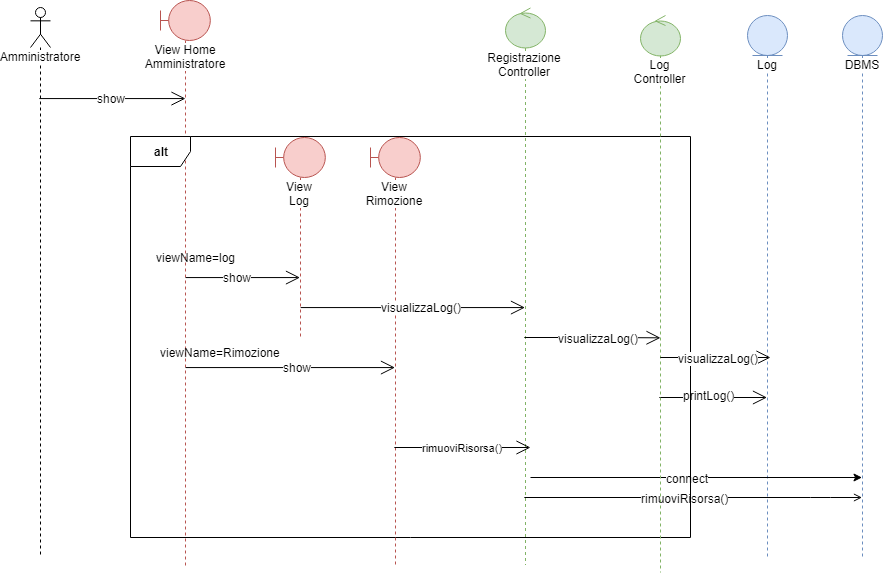
This is Relazione quasi completa/sequenzaAmministratore.png from SundavarBlaka/Alexandria, a draw.io export, as it was before one commit. Source tidied: cells renumbered, new cells last; positions are measured from the earlier drawing's top-left corner, leaving out a move shared by most shapes. Its diagram source:
```xml
<mxGraphModel>
  <root>
    <mxCell id="0" />
    <mxCell id="1" parent="0" />
    <mxCell id="2" value="View Home&lt;br&gt;Amministratore&lt;br&gt;" style="shape=umlLifeline;participant=umlBoundary;perimeter=lifelinePerimeter;whiteSpace=wrap;html=1;verticalAlign=top;spacingTop=36;labelBackgroundColor=#ffffff;fillColor=#f8cecc;strokeColor=#b85450;" parent="1" vertex="1">
      <mxGeometry x="130" width="50" height="567" as="geometry" />
    </mxCell>
    <mxCell id="3" value="Registrazione&lt;br&gt;Controller&lt;br&gt;" style="shape=umlLifeline;participant=umlControl;perimeter=lifelinePerimeter;whiteSpace=wrap;html=1;verticalAlign=top;spacingTop=36;labelBackgroundColor=#ffffff;outlineConnect=0;fillColor=#d5e8d4;strokeColor=#82b366;" parent="1" vertex="1">
      <mxGeometry x="475" y="7.5" width="40" height="557" as="geometry" />
    </mxCell>
    <mxCell id="4" value="DBMS" style="shape=umlLifeline;participant=umlEntity;perimeter=lifelinePerimeter;whiteSpace=wrap;html=1;verticalAlign=top;spacingTop=36;labelBackgroundColor=#ffffff;outlineConnect=0;fillColor=#dae8fc;strokeColor=#6c8ebf;" parent="1" vertex="1">
      <mxGeometry x="812" y="15" width="40" height="542" as="geometry" />
    </mxCell>
    <mxCell id="5" value="Log" style="shape=umlLifeline;participant=umlEntity;perimeter=lifelinePerimeter;whiteSpace=wrap;html=1;verticalAlign=top;spacingTop=36;labelBackgroundColor=#ffffff;outlineConnect=0;fillColor=#dae8fc;strokeColor=#6c8ebf;" parent="1" vertex="1">
      <mxGeometry x="717" y="15" width="40" height="542" as="geometry" />
    </mxCell>
    <mxCell id="6" style="endArrow=open;endFill=1;endSize=12;html=1;" parent="1" edge="1" source="14">
      <mxGeometry relative="1" as="geometry">
        <mxPoint x="155" y="98.1" as="targetPoint" />
      </mxGeometry>
    </mxCell>
    <mxCell id="7" value="show" style="text;html=1;align=center;verticalAlign=middle;labelBackgroundColor=#ffffff;" parent="6" vertex="1">
      <mxGeometry x="0.25" y="-1" relative="1" as="geometry">
        <mxPoint x="-20.5" y="-2" as="offset" />
      </mxGeometry>
    </mxCell>
    <mxCell id="8" style="endArrow=open;endFill=1;endSize=12;html=1;" parent="1" edge="1" source="27" target="5">
      <mxGeometry relative="1" as="geometry">
        <Array as="points">
          <mxPoint x="670" y="397" />
        </Array>
      </mxGeometry>
    </mxCell>
    <mxCell id="9" value="printLog()" style="text;html=1;align=center;verticalAlign=middle;labelBackgroundColor=#ffffff;" parent="8" vertex="1">
      <mxGeometry x="0.25" y="-1" relative="1" as="geometry">
        <mxPoint x="-19.5" y="-4" as="offset" />
      </mxGeometry>
    </mxCell>
    <mxCell id="10" style="endArrow=classic;html=1;" parent="1" edge="1" target="4">
      <mxGeometry relative="1" as="geometry">
        <mxPoint x="500" y="477" as="sourcePoint" />
      </mxGeometry>
    </mxCell>
    <mxCell id="11" value="connect" style="text;html=1;align=center;verticalAlign=middle;labelBackgroundColor=#ffffff;" parent="10" vertex="1">
      <mxGeometry x="-0.23" y="-2" relative="1" as="geometry">
        <mxPoint x="29.5" y="-2" as="offset" />
      </mxGeometry>
    </mxCell>
    <mxCell id="12" style="endArrow=open;html=1;endFill=0;" parent="1" edge="1" source="3" target="4">
      <mxGeometry relative="1" as="geometry">
        <Array as="points">
          <mxPoint x="790" y="497" />
        </Array>
      </mxGeometry>
    </mxCell>
    <mxCell id="13" value="rimuoviRisorsa()" style="text;html=1;align=center;verticalAlign=middle;labelBackgroundColor=#ffffff;" parent="12" vertex="1">
      <mxGeometry x="-0.23" y="-2" relative="1" as="geometry">
        <mxPoint x="29.5" y="-2" as="offset" />
      </mxGeometry>
    </mxCell>
    <mxCell id="14" value="Amministratore" style="shape=umlLifeline;participant=umlActor;perimeter=lifelinePerimeter;whiteSpace=wrap;html=1;verticalAlign=top;spacingTop=36;labelBackgroundColor=#ffffff;outlineConnect=0;" parent="1" vertex="1">
      <mxGeometry y="7" width="20" height="550" as="geometry" />
    </mxCell>
    <mxCell id="15" value="&lt;b&gt;alt&lt;/b&gt;&lt;br&gt;" style="shape=umlFrame;whiteSpace=wrap;html=1;" parent="1" vertex="1">
      <mxGeometry x="100" y="136" width="560" height="401" as="geometry" />
    </mxCell>
    <mxCell id="16" value="View Log&lt;br&gt;" style="shape=umlLifeline;participant=umlBoundary;perimeter=lifelinePerimeter;whiteSpace=wrap;html=1;verticalAlign=top;spacingTop=36;labelBackgroundColor=#ffffff;outlineConnect=0;fillColor=#f8cecc;strokeColor=#b85450;" parent="1" vertex="1">
      <mxGeometry x="245" y="137" width="50" height="200" as="geometry" />
    </mxCell>
    <mxCell id="17" value="View Rimozione&lt;br&gt;" style="shape=umlLifeline;participant=umlBoundary;perimeter=lifelinePerimeter;whiteSpace=wrap;html=1;verticalAlign=top;spacingTop=36;labelBackgroundColor=#ffffff;outlineConnect=0;fillColor=#f8cecc;strokeColor=#b85450;" parent="1" vertex="1">
      <mxGeometry x="340" y="137" width="50" height="430" as="geometry" />
    </mxCell>
    <mxCell id="18" style="endArrow=open;endFill=1;endSize=12;html=1;" parent="1" edge="1" target="16">
      <mxGeometry relative="1" as="geometry">
        <mxPoint x="155.2" y="277.1" as="sourcePoint" />
      </mxGeometry>
    </mxCell>
    <mxCell id="19" value="show" style="text;html=1;align=center;verticalAlign=middle;labelBackgroundColor=#ffffff;" parent="18" vertex="1">
      <mxGeometry x="0.25" y="-1" relative="1" as="geometry">
        <mxPoint x="-20.5" y="-2" as="offset" />
      </mxGeometry>
    </mxCell>
    <mxCell id="20" style="endArrow=open;endFill=1;endSize=12;html=1;" parent="1" edge="1" target="17">
      <mxGeometry relative="1" as="geometry">
        <mxPoint x="155.2" y="367.1" as="sourcePoint" />
      </mxGeometry>
    </mxCell>
    <mxCell id="21" value="show" style="text;html=1;align=center;verticalAlign=middle;labelBackgroundColor=#ffffff;" parent="20" vertex="1">
      <mxGeometry x="0.25" y="-1" relative="1" as="geometry">
        <mxPoint x="-20.5" y="-2" as="offset" />
      </mxGeometry>
    </mxCell>
    <mxCell id="22" style="endArrow=open;endFill=1;endSize=12;html=1;" parent="1" edge="1" target="3">
      <mxGeometry relative="1" as="geometry">
        <mxPoint x="270.2" y="307.1" as="sourcePoint" />
      </mxGeometry>
    </mxCell>
    <mxCell id="23" value="visualizzaLog()" style="text;html=1;align=center;verticalAlign=middle;labelBackgroundColor=#ffffff;" parent="22" vertex="1">
      <mxGeometry x="0.25" y="-1" relative="1" as="geometry">
        <mxPoint x="-20.5" y="-2" as="offset" />
      </mxGeometry>
    </mxCell>
    <mxCell id="24" value="rimuoviRisorsa()" style="endArrow=open;endFill=1;endSize=12;html=1;" parent="1" edge="1" source="17">
      <mxGeometry relative="1" as="geometry">
        <mxPoint x="500" y="447" as="targetPoint" />
      </mxGeometry>
    </mxCell>
    <mxCell id="25" style="endArrow=open;endFill=1;endSize=12;html=1;entryX=0.488;entryY=0.578;entryDx=0;entryDy=0;entryPerimeter=0;" parent="1" edge="1" source="3" target="27">
      <mxGeometry relative="1" as="geometry">
        <Array as="points">
          <mxPoint x="570" y="337" />
        </Array>
      </mxGeometry>
    </mxCell>
    <mxCell id="26" value="visualizzaLog()" style="text;html=1;align=center;verticalAlign=middle;labelBackgroundColor=#ffffff;" parent="25" vertex="1">
      <mxGeometry x="0.25" y="-1" relative="1" as="geometry">
        <mxPoint x="-11.5" y="-1" as="offset" />
      </mxGeometry>
    </mxCell>
    <mxCell id="27" value="Log Controller&lt;br&gt;" style="shape=umlLifeline;participant=umlControl;perimeter=lifelinePerimeter;whiteSpace=wrap;html=1;verticalAlign=top;spacingTop=36;labelBackgroundColor=#ffffff;outlineConnect=0;fillColor=#d5e8d4;strokeColor=#82b366;" parent="1" vertex="1">
      <mxGeometry x="610" y="15" width="40" height="557" as="geometry" />
    </mxCell>
    <mxCell id="28" style="endArrow=open;endFill=1;endSize=12;html=1;" parent="1" edge="1">
      <mxGeometry relative="1" as="geometry">
        <mxPoint x="629.8" y="357" as="sourcePoint" />
        <mxPoint x="740" y="357" as="targetPoint" />
        <Array as="points">
          <mxPoint x="706" y="357" />
        </Array>
      </mxGeometry>
    </mxCell>
    <mxCell id="29" value="visualizzaLog()" style="text;html=1;align=center;verticalAlign=middle;labelBackgroundColor=#ffffff;" parent="28" vertex="1">
      <mxGeometry x="0.25" y="-1" relative="1" as="geometry">
        <mxPoint x="-11.5" y="-1" as="offset" />
      </mxGeometry>
    </mxCell>
    <mxCell id="30" value="viewName=log" style="text;html=1;align=center;verticalAlign=middle;fillColor=none;strokeColor=none;rounded=0;" parent="1" vertex="1">
      <mxGeometry x="120" y="247" width="90" height="20" as="geometry" />
    </mxCell>
    <mxCell id="31" value="viewName=Rimozione" style="text;html=1;align=center;verticalAlign=middle;fillColor=none;strokeColor=none;rounded=0;" parent="1" vertex="1">
      <mxGeometry x="120" y="342" width="140" height="20" as="geometry" />
    </mxCell>
  </root>
</mxGraphModel>
```
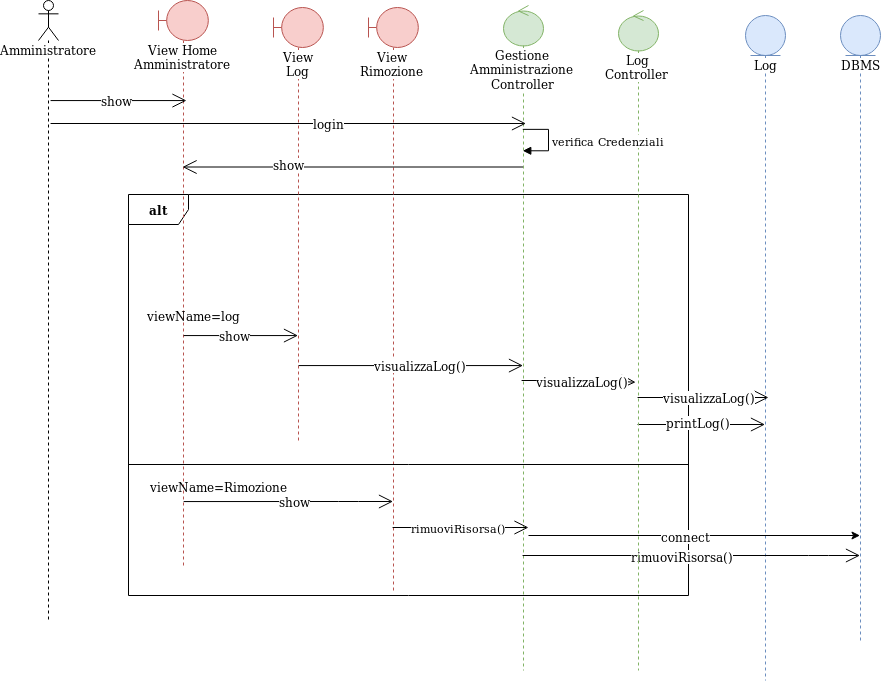
The same diagram one commit later.

Diff of the diagram source:
```diff
@@ -2,21 +2,25 @@
   <root>
     <mxCell id="0" />
     <mxCell id="1" parent="0" />
+    <mxCell id="15" value="&lt;b&gt;alt&lt;/b&gt;&lt;br&gt;" style="shape=umlFrame;whiteSpace=wrap;html=1;" parent="1" vertex="1">
+      <mxGeometry x="100" y="136" width="560" height="401" as="geometry" />
+    </mxCell>
     <mxCell id="2" value="View Home&lt;br&gt;Amministratore&lt;br&gt;" style="shape=umlLifeline;participant=umlBoundary;perimeter=lifelinePerimeter;whiteSpace=wrap;html=1;verticalAlign=top;spacingTop=36;labelBackgroundColor=#ffffff;fillColor=#f8cecc;strokeColor=#b85450;" parent="1" vertex="1">
-      <mxGeometry x="130" width="50" height="567" as="geometry" />
+      <mxGeometry x="130" y="-58" width="50" height="567" as="geometry" />
     </mxCell>
-    <mxCell id="3" value="Registrazione&lt;br&gt;Controller&lt;br&gt;" style="shape=umlLifeline;participant=umlControl;perimeter=lifelinePerimeter;whiteSpace=wrap;html=1;verticalAlign=top;spacingTop=36;labelBackgroundColor=#ffffff;outlineConnect=0;fillColor=#d5e8d4;strokeColor=#82b366;" parent="1" vertex="1">
-      <mxGeometry x="475" y="7.5" width="40" height="557" as="geometry" />
+    <mxCell id="3" value="Gestione Amministrazione&lt;br&gt;Controller" style="shape=umlLifeline;participant=umlControl;perimeter=lifelinePerimeter;whiteSpace=wrap;html=1;verticalAlign=top;spacingTop=36;labelBackgroundColor=#ffffff;outlineConnect=0;fillColor=#d5e8d4;strokeColor=#82b366;" parent="1" vertex="1">
+      <mxGeometry x="475" y="-53" width="40" height="665" as="geometry" />
     </mxCell>
     <mxCell id="4" value="DBMS" style="shape=umlLifeline;participant=umlEntity;perimeter=lifelinePerimeter;whiteSpace=wrap;html=1;verticalAlign=top;spacingTop=36;labelBackgroundColor=#ffffff;outlineConnect=0;fillColor=#dae8fc;strokeColor=#6c8ebf;" parent="1" vertex="1">
-      <mxGeometry x="812" y="15" width="40" height="542" as="geometry" />
+      <mxGeometry x="812" y="-43" width="40" height="625" as="geometry" />
     </mxCell>
     <mxCell id="5" value="Log" style="shape=umlLifeline;participant=umlEntity;perimeter=lifelinePerimeter;whiteSpace=wrap;html=1;verticalAlign=top;spacingTop=36;labelBackgroundColor=#ffffff;outlineConnect=0;fillColor=#dae8fc;strokeColor=#6c8ebf;" parent="1" vertex="1">
-      <mxGeometry x="717" y="15" width="40" height="542" as="geometry" />
+      <mxGeometry x="717" y="-43" width="40" height="665" as="geometry" />
     </mxCell>
-    <mxCell id="6" style="endArrow=open;endFill=1;endSize=12;html=1;" parent="1" edge="1" source="14">
+    <mxCell id="6" style="endArrow=open;endFill=1;endSize=12;html=1;" parent="1" edge="1">
       <mxGeometry relative="1" as="geometry">
-        <mxPoint x="155" y="98.1" as="targetPoint" />
+        <mxPoint x="22.1" y="42.1" as="sourcePoint" />
+        <mxPoint x="158" y="42.1" as="targetPoint" />
       </mxGeometry>
     </mxCell>
     <mxCell id="7" value="show" style="text;html=1;align=center;verticalAlign=middle;labelBackgroundColor=#ffffff;" parent="6" vertex="1">
@@ -24,10 +28,11 @@
         <mxPoint x="-20.5" y="-2" as="offset" />
       </mxGeometry>
     </mxCell>
-    <mxCell id="8" style="endArrow=open;endFill=1;endSize=12;html=1;" parent="1" edge="1" source="27" target="5">
+    <mxCell id="8" style="endArrow=open;endFill=1;endSize=12;html=1;" parent="1" edge="1" source="27">
       <mxGeometry relative="1" as="geometry">
+        <mxPoint x="736.5" y="366" as="targetPoint" />
         <Array as="points">
-          <mxPoint x="670" y="397" />
+          <mxPoint x="670" y="366" />
         </Array>
       </mxGeometry>
     </mxCell>
@@ -46,7 +51,7 @@
         <mxPoint x="29.5" y="-2" as="offset" />
       </mxGeometry>
     </mxCell>
-    <mxCell id="12" style="endArrow=open;html=1;endFill=0;" parent="1" edge="1" source="3" target="4">
+    <mxCell id="12" style="endArrow=open;html=1;endFill=0;endSize=12;" parent="1" edge="1" source="3" target="4">
       <mxGeometry relative="1" as="geometry">
         <Array as="points">
           <mxPoint x="790" y="497" />
@@ -59,16 +64,13 @@
       </mxGeometry>
     </mxCell>
     <mxCell id="14" value="Amministratore" style="shape=umlLifeline;participant=umlActor;perimeter=lifelinePerimeter;whiteSpace=wrap;html=1;verticalAlign=top;spacingTop=36;labelBackgroundColor=#ffffff;outlineConnect=0;" parent="1" vertex="1">
-      <mxGeometry y="7" width="20" height="550" as="geometry" />
+      <mxGeometry x="10" y="-58" width="20" height="620" as="geometry" />
     </mxCell>
-    <mxCell id="15" value="&lt;b&gt;alt&lt;/b&gt;&lt;br&gt;" style="shape=umlFrame;whiteSpace=wrap;html=1;" parent="1" vertex="1">
-      <mxGeometry x="100" y="136" width="560" height="401" as="geometry" />
-    </mxCell>
     <mxCell id="16" value="View Log&lt;br&gt;" style="shape=umlLifeline;participant=umlBoundary;perimeter=lifelinePerimeter;whiteSpace=wrap;html=1;verticalAlign=top;spacingTop=36;labelBackgroundColor=#ffffff;outlineConnect=0;fillColor=#f8cecc;strokeColor=#b85450;" parent="1" vertex="1">
-      <mxGeometry x="245" y="137" width="50" height="200" as="geometry" />
+      <mxGeometry x="245" y="-51" width="50" height="433" as="geometry" />
     </mxCell>
     <mxCell id="17" value="View Rimozione&lt;br&gt;" style="shape=umlLifeline;participant=umlBoundary;perimeter=lifelinePerimeter;whiteSpace=wrap;html=1;verticalAlign=top;spacingTop=36;labelBackgroundColor=#ffffff;outlineConnect=0;fillColor=#f8cecc;strokeColor=#b85450;" parent="1" vertex="1">
-      <mxGeometry x="340" y="137" width="50" height="430" as="geometry" />
+      <mxGeometry x="340" y="-51" width="50" height="583" as="geometry" />
     </mxCell>
     <mxCell id="18" style="endArrow=open;endFill=1;endSize=12;html=1;" parent="1" edge="1" target="16">
       <mxGeometry relative="1" as="geometry">
@@ -80,9 +82,13 @@
         <mxPoint x="-20.5" y="-2" as="offset" />
       </mxGeometry>
     </mxCell>
-    <mxCell id="20" style="endArrow=open;endFill=1;endSize=12;html=1;" parent="1" edge="1" target="17">
+    <mxCell id="20" style="endArrow=open;endFill=1;endSize=12;html=1;" parent="1" edge="1">
       <mxGeometry relative="1" as="geometry">
-        <mxPoint x="155.2" y="367.1" as="sourcePoint" />
+        <mxPoint x="155.2" y="443.1" as="sourcePoint" />
+        <mxPoint x="364.5" y="443" as="targetPoint" />
+        <Array as="points">
+          <mxPoint x="320" y="443" />
+        </Array>
       </mxGeometry>
     </mxCell>
     <mxCell id="21" value="show" style="text;html=1;align=center;verticalAlign=middle;labelBackgroundColor=#ffffff;" parent="20" vertex="1">
@@ -100,15 +106,17 @@
         <mxPoint x="-20.5" y="-2" as="offset" />
       </mxGeometry>
     </mxCell>
-    <mxCell id="24" value="rimuoviRisorsa()" style="endArrow=open;endFill=1;endSize=12;html=1;" parent="1" edge="1" source="17">
-      <mxGeometry relative="1" as="geometry">
-        <mxPoint x="500" y="447" as="targetPoint" />
+    <mxCell id="24" value="rimuoviRisorsa()" style="endArrow=open;endFill=1;endSize=12;html=1;" parent="1" edge="1">
+      <mxGeometry x="-0.03" relative="1" as="geometry">
+        <mxPoint x="364.1" y="469" as="sourcePoint" />
+        <mxPoint x="500" y="469" as="targetPoint" />
       </mxGeometry>
     </mxCell>
-    <mxCell id="25" style="endArrow=open;endFill=1;endSize=12;html=1;entryX=0.488;entryY=0.578;entryDx=0;entryDy=0;entryPerimeter=0;" parent="1" edge="1" source="3" target="27">
+    <mxCell id="25" style="endArrow=open;endFill=1;endSize=12;html=1;entryX=0.432;entryY=0.563;entryDx=0;entryDy=0;entryPerimeter=0;" parent="1" edge="1" target="27">
       <mxGeometry relative="1" as="geometry">
+        <mxPoint x="493.1" y="322" as="sourcePoint" />
         <Array as="points">
-          <mxPoint x="570" y="337" />
+          <mxPoint x="569" y="322" />
         </Array>
       </mxGeometry>
     </mxCell>
@@ -118,27 +126,60 @@
       </mxGeometry>
     </mxCell>
     <mxCell id="27" value="Log Controller&lt;br&gt;" style="shape=umlLifeline;participant=umlControl;perimeter=lifelinePerimeter;whiteSpace=wrap;html=1;verticalAlign=top;spacingTop=36;labelBackgroundColor=#ffffff;outlineConnect=0;fillColor=#d5e8d4;strokeColor=#82b366;" parent="1" vertex="1">
-      <mxGeometry x="610" y="15" width="40" height="557" as="geometry" />
+      <mxGeometry x="590" y="-48" width="40" height="660" as="geometry" />
     </mxCell>
-    <mxCell id="28" style="endArrow=open;endFill=1;endSize=12;html=1;" parent="1" edge="1">
+    <mxCell id="28" style="endArrow=open;endFill=1;endSize=12;html=1;" parent="1" edge="1" source="27">
       <mxGeometry relative="1" as="geometry">
-        <mxPoint x="629.8" y="357" as="sourcePoint" />
-        <mxPoint x="740" y="357" as="targetPoint" />
+        <mxPoint x="740" y="339" as="targetPoint" />
         <Array as="points">
-          <mxPoint x="706" y="357" />
+          <mxPoint x="706" y="339" />
         </Array>
       </mxGeometry>
     </mxCell>
     <mxCell id="29" value="visualizzaLog()" style="text;html=1;align=center;verticalAlign=middle;labelBackgroundColor=#ffffff;" parent="28" vertex="1">
       <mxGeometry x="0.25" y="-1" relative="1" as="geometry">
-        <mxPoint x="-11.5" y="-1" as="offset" />
+        <mxPoint x="-11.5" y="-2" as="offset" />
       </mxGeometry>
     </mxCell>
     <mxCell id="30" value="viewName=log" style="text;html=1;align=center;verticalAlign=middle;fillColor=none;strokeColor=none;rounded=0;" parent="1" vertex="1">
       <mxGeometry x="120" y="247" width="90" height="20" as="geometry" />
     </mxCell>
     <mxCell id="31" value="viewName=Rimozione" style="text;html=1;align=center;verticalAlign=middle;fillColor=none;strokeColor=none;rounded=0;" parent="1" vertex="1">
-      <mxGeometry x="120" y="342" width="140" height="20" as="geometry" />
+      <mxGeometry x="120" y="418" width="140" height="20" as="geometry" />
     </mxCell>
+    <mxCell id="32" style="line;strokeWidth=1;fillColor=none;align=left;verticalAlign=middle;spacingTop=-1;spacingLeft=3;spacingRight=3;labelPosition=right;" parent="1" vertex="1">
+      <mxGeometry x="100" y="402" width="560" height="8" as="geometry" />
+    </mxCell>
+    <mxCell id="33" style="endArrow=open;endFill=1;endSize=12;html=1;" parent="1" edge="1">
+      <mxGeometry relative="1" as="geometry">
+        <mxPoint x="22.1" y="65" as="sourcePoint" />
+        <mxPoint x="497.5" y="65" as="targetPoint" />
+      </mxGeometry>
+    </mxCell>
+    <mxCell id="34" value="login" style="text;html=1;align=center;verticalAlign=middle;labelBackgroundColor=#ffffff;" parent="33" vertex="1">
+      <mxGeometry x="0.25" y="-1" relative="1" as="geometry">
+        <mxPoint x="-20.5" y="-2" as="offset" />
+      </mxGeometry>
+    </mxCell>
+    <mxCell id="35" value="verifica Credenziali" style="edgeStyle=orthogonalEdgeStyle;html=1;align=left;spacingLeft=2;endArrow=block;rounded=0;" parent="1" edge="1">
+      <mxGeometry relative="1" as="geometry">
+        <mxPoint x="494.5" y="71.5" as="sourcePoint" />
+        <mxPoint x="494" y="92" as="targetPoint" />
+        <Array as="points">
+          <mxPoint x="519.5" y="71.5" />
+        </Array>
+      </mxGeometry>
+    </mxCell>
+    <mxCell id="36" style="endArrow=open;endFill=1;endSize=12;html=1;" parent="1" edge="1">
+      <mxGeometry relative="1" as="geometry">
+        <mxPoint x="494.5" y="108.5" as="sourcePoint" />
+        <mxPoint x="154.1" y="108.5" as="targetPoint" />
+      </mxGeometry>
+    </mxCell>
+    <mxCell id="37" value="show" style="text;html=1;align=center;verticalAlign=middle;labelBackgroundColor=#ffffff;" parent="36" vertex="1">
+      <mxGeometry x="0.25" y="-1" relative="1" as="geometry">
+        <mxPoint x="-20.5" y="-2" as="offset" />
+      </mxGeometry>
+    </mxCell>
   </root>
 </mxGraphModel>
```
